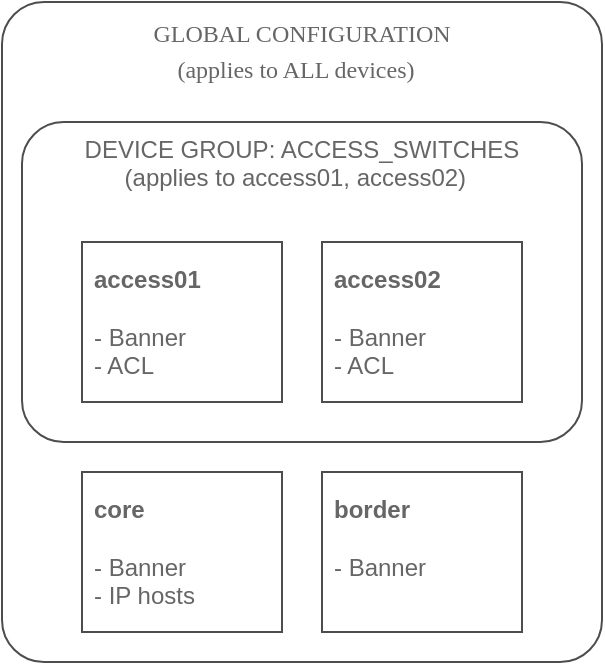
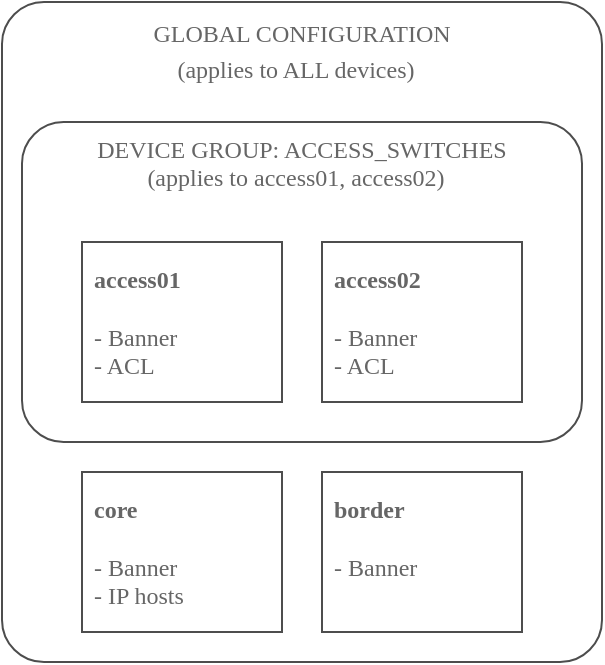
<mxfile host="Electron" agent="Mozilla/5.0 (Macintosh; Intel Mac OS X 10_15_7) AppleWebKit/537.36 (KHTML, like Gecko) draw.io/28.1.2 Chrome/138.0.7204.243 Electron/37.4.0 Safari/537.36" version="28.1.2">
  <diagram name="Page-1" id="_R6YyKJgnIQp5tQY3Bnt">
    <mxGraphModel dx="786" dy="1214" grid="1" gridSize="10" guides="1" tooltips="1" connect="1" arrows="1" fold="1" page="1" pageScale="1" pageWidth="1654" pageHeight="1169" math="0" shadow="0">
      <root>
        <mxCell id="0" />
        <mxCell id="1" parent="0" />
-         <mxCell id="aG3DWNWIyqkO0MkA3-SH-1" value="&lt;div style=&quot;line-height: 18px; white-space: pre;&quot;&gt;&lt;div style=&quot;&quot;&gt;&lt;span&gt;&lt;font style=&quot;&quot;&gt;&lt;font face=&quot;CiscoSansTT&quot; style=&quot;&quot;&gt;GLOBAL CONFIGURATION&lt;br&gt;&lt;/font&gt;&lt;span style=&quot;font-family: CiscoSansTT;&quot;&gt;(applies to ALL devices)  &lt;/span&gt;&lt;/font&gt;&lt;/span&gt;&lt;/div&gt;&lt;/div&gt;" style="rounded=1;whiteSpace=wrap;html=1;verticalAlign=top;arcSize=7;strokeColor=#4D4D4D;fontColor=#666666;" vertex="1" parent="1">
+         <mxCell id="aG3DWNWIyqkO0MkA3-SH-1" value="&lt;div style=&quot;line-height: 18px; white-space: pre;&quot;&gt;&lt;div style=&quot;&quot;&gt;&lt;span&gt;&lt;font style=&quot;&quot;&gt;&lt;font style=&quot;&quot;&gt;GLOBAL CONFIGURATION&lt;br&gt;&lt;/font&gt;&lt;span style=&quot;&quot;&gt;(applies to ALL devices)  &lt;/span&gt;&lt;/font&gt;&lt;/span&gt;&lt;/div&gt;&lt;/div&gt;" style="rounded=1;whiteSpace=wrap;html=1;verticalAlign=top;arcSize=7;strokeColor=#4D4D4D;fontColor=#666666;fontFamily=CiscoSansTT;" vertex="1" parent="1">
          <mxGeometry x="200" y="310" width="300" height="330" as="geometry" />
        </mxCell>
-         <mxCell id="aG3DWNWIyqkO0MkA3-SH-2" value="&lt;div&gt;&lt;span style=&quot;background-color: transparent;&quot;&gt;DEVICE GROUP: ACCESS_SWITCHES&lt;/span&gt;&lt;/div&gt;&lt;div&gt;&lt;span style=&quot;background-color: transparent;&quot;&gt;(applies to access01, access02)&amp;nbsp;&amp;nbsp;&lt;/span&gt;&lt;/div&gt;" style="rounded=1;whiteSpace=wrap;html=1;verticalAlign=top;fontColor=#666666;strokeColor=#4D4D4D;arcSize=13;" vertex="1" parent="1">
+         <mxCell id="aG3DWNWIyqkO0MkA3-SH-2" value="&lt;div&gt;&lt;span style=&quot;background-color: transparent;&quot;&gt;DEVICE GROUP: ACCESS_SWITCHES&lt;/span&gt;&lt;/div&gt;&lt;div&gt;&lt;span style=&quot;background-color: transparent;&quot;&gt;(applies to access01, access02)&amp;nbsp;&amp;nbsp;&lt;/span&gt;&lt;/div&gt;" style="rounded=1;whiteSpace=wrap;html=1;verticalAlign=top;fontColor=#666666;strokeColor=#4D4D4D;arcSize=13;fontFamily=CiscoSansTT;" vertex="1" parent="1">
          <mxGeometry x="210" y="370" width="280" height="160" as="geometry" />
        </mxCell>
-         <mxCell id="aG3DWNWIyqkO0MkA3-SH-3" value="&lt;div&gt;&lt;b&gt;access01&lt;/b&gt;&amp;nbsp;&amp;nbsp;&lt;/div&gt;&lt;div&gt;&lt;span style=&quot;background-color: transparent;&quot;&gt;&lt;br&gt;&lt;/span&gt;&lt;/div&gt;&lt;div&gt;&lt;span style=&quot;background-color: transparent;&quot;&gt;- Banner&amp;nbsp; &amp;nbsp;&lt;/span&gt;&lt;/div&gt;&lt;div style=&quot;&quot;&gt;- ACL&amp;nbsp; &amp;nbsp;&lt;/div&gt;" style="rounded=0;whiteSpace=wrap;html=1;align=left;spacingTop=0;spacing=6;fontColor=#666666;strokeColor=#4D4D4D;" vertex="1" parent="1">
+         <mxCell id="aG3DWNWIyqkO0MkA3-SH-3" value="&lt;div&gt;&lt;b&gt;access01&lt;/b&gt;&amp;nbsp;&amp;nbsp;&lt;/div&gt;&lt;div&gt;&lt;span style=&quot;background-color: transparent;&quot;&gt;&lt;br&gt;&lt;/span&gt;&lt;/div&gt;&lt;div&gt;&lt;span style=&quot;background-color: transparent;&quot;&gt;- Banner&amp;nbsp; &amp;nbsp;&lt;/span&gt;&lt;/div&gt;&lt;div style=&quot;&quot;&gt;- ACL&amp;nbsp; &amp;nbsp;&lt;/div&gt;" style="rounded=0;whiteSpace=wrap;html=1;align=left;spacingTop=0;spacing=6;fontColor=#666666;strokeColor=#4D4D4D;fontFamily=CiscoSansTT;" vertex="1" parent="1">
          <mxGeometry x="240" y="430" width="100" height="80" as="geometry" />
        </mxCell>
-         <mxCell id="aG3DWNWIyqkO0MkA3-SH-4" value="&lt;div&gt;&lt;b&gt;access02&lt;/b&gt;&amp;nbsp;&amp;nbsp;&lt;/div&gt;&lt;div&gt;&lt;span style=&quot;background-color: transparent;&quot;&gt;&lt;br&gt;&lt;/span&gt;&lt;/div&gt;&lt;div&gt;&lt;span style=&quot;background-color: transparent;&quot;&gt;- Banner&amp;nbsp; &amp;nbsp;&lt;/span&gt;&lt;/div&gt;&lt;div style=&quot;&quot;&gt;- ACL&amp;nbsp; &amp;nbsp;&lt;/div&gt;" style="rounded=0;whiteSpace=wrap;html=1;align=left;spacingTop=0;spacing=6;fontColor=#666666;strokeColor=#4D4D4D;" vertex="1" parent="1">
+         <mxCell id="aG3DWNWIyqkO0MkA3-SH-4" value="&lt;div&gt;&lt;b&gt;access02&lt;/b&gt;&amp;nbsp;&amp;nbsp;&lt;/div&gt;&lt;div&gt;&lt;span style=&quot;background-color: transparent;&quot;&gt;&lt;br&gt;&lt;/span&gt;&lt;/div&gt;&lt;div&gt;&lt;span style=&quot;background-color: transparent;&quot;&gt;- Banner&amp;nbsp; &amp;nbsp;&lt;/span&gt;&lt;/div&gt;&lt;div style=&quot;&quot;&gt;- ACL&amp;nbsp; &amp;nbsp;&lt;/div&gt;" style="rounded=0;whiteSpace=wrap;html=1;align=left;spacingTop=0;spacing=6;fontColor=#666666;strokeColor=#4D4D4D;fontFamily=CiscoSansTT;" vertex="1" parent="1">
          <mxGeometry x="360" y="430" width="100" height="80" as="geometry" />
        </mxCell>
-         <mxCell id="aG3DWNWIyqkO0MkA3-SH-5" value="&lt;div&gt;&lt;b&gt;core&lt;/b&gt;&lt;/div&gt;&lt;div&gt;&lt;br&gt;&lt;/div&gt;&lt;div&gt;&lt;span style=&quot;background-color: transparent;&quot;&gt;- Banner&amp;nbsp; &amp;nbsp;&lt;/span&gt;&lt;/div&gt;&lt;div style=&quot;&quot;&gt;- IP hosts&amp;nbsp; &amp;nbsp;&lt;/div&gt;" style="rounded=0;whiteSpace=wrap;html=1;align=left;spacingTop=0;spacing=6;fontColor=#666666;strokeColor=#4D4D4D;" vertex="1" parent="1">
+         <mxCell id="aG3DWNWIyqkO0MkA3-SH-5" value="&lt;div&gt;&lt;b&gt;core&lt;/b&gt;&lt;/div&gt;&lt;div&gt;&lt;br&gt;&lt;/div&gt;&lt;div&gt;&lt;span style=&quot;background-color: transparent;&quot;&gt;- Banner&amp;nbsp; &amp;nbsp;&lt;/span&gt;&lt;/div&gt;&lt;div style=&quot;&quot;&gt;- IP hosts&amp;nbsp; &amp;nbsp;&lt;/div&gt;" style="rounded=0;whiteSpace=wrap;html=1;align=left;spacingTop=0;spacing=6;fontColor=#666666;strokeColor=#4D4D4D;fontFamily=CiscoSansTT;" vertex="1" parent="1">
          <mxGeometry x="240" y="545" width="100" height="80" as="geometry" />
        </mxCell>
-         <mxCell id="aG3DWNWIyqkO0MkA3-SH-6" value="&lt;div&gt;&lt;b&gt;border&lt;/b&gt;&lt;/div&gt;&lt;div&gt;&lt;br&gt;&lt;/div&gt;&lt;div&gt;&lt;span style=&quot;background-color: transparent;&quot;&gt;- Banner&amp;nbsp; &amp;nbsp;&lt;/span&gt;&lt;/div&gt;&lt;div style=&quot;&quot;&gt;&lt;br&gt;&lt;/div&gt;" style="rounded=0;whiteSpace=wrap;html=1;align=left;spacingTop=0;spacing=6;fontColor=#666666;strokeColor=#4D4D4D;" vertex="1" parent="1">
+         <mxCell id="aG3DWNWIyqkO0MkA3-SH-6" value="&lt;div&gt;&lt;b&gt;border&lt;/b&gt;&lt;/div&gt;&lt;div&gt;&lt;br&gt;&lt;/div&gt;&lt;div&gt;&lt;span style=&quot;background-color: transparent;&quot;&gt;- Banner&amp;nbsp; &amp;nbsp;&lt;/span&gt;&lt;/div&gt;&lt;div style=&quot;&quot;&gt;&lt;br&gt;&lt;/div&gt;" style="rounded=0;whiteSpace=wrap;html=1;align=left;spacingTop=0;spacing=6;fontColor=#666666;strokeColor=#4D4D4D;fontFamily=CiscoSansTT;" vertex="1" parent="1">
          <mxGeometry x="360" y="545" width="100" height="80" as="geometry" />
        </mxCell>
      </root>
    </mxGraphModel>
  </diagram>
</mxfile>
